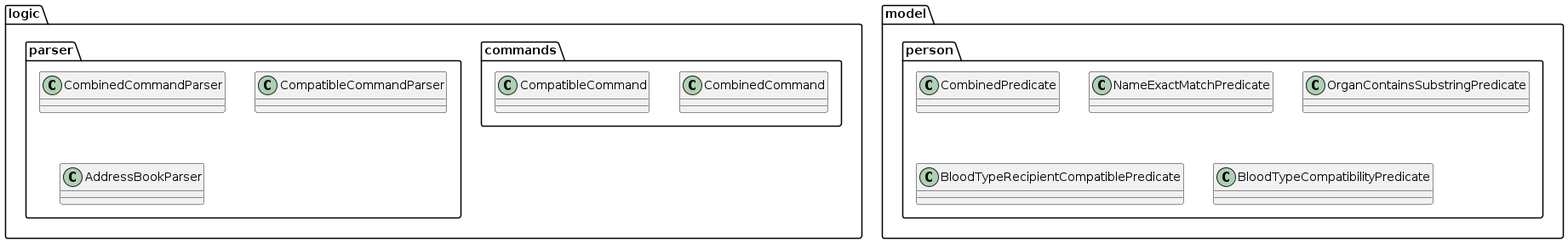
Before: diagrams/CombinedCompatibleClassDiagram.png, a diagram exported from PlantUML (POeticPotatoes/tp). Its source is kept beside it as diagrams/CombinedCompatibleClassDiagram.puml.
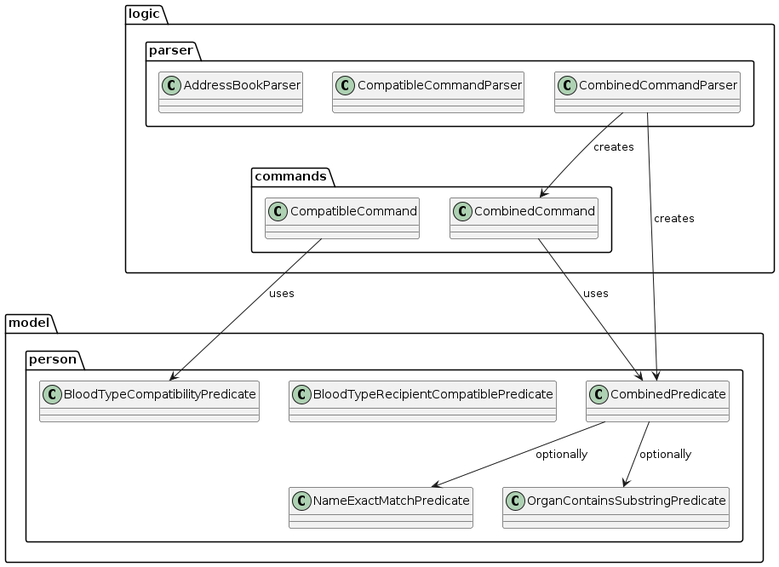
The same file after the commit.

What changed in the source:
```diff
@@ -20,5 +20,12 @@
   class BloodTypeCompatibilityPredicate
 }
 
+CombinedCommand --> CombinedPredicate : uses
+CompatibleCommand --> BloodTypeCompatibilityPredicate : uses
+
+CombinedCommandParser --> CombinedCommand : creates
+CombinedCommandParser --> CombinedPredicate : creates
+CombinedPredicate --> NameExactMatchPredicate : optionally
+CombinedPredicate --> OrganContainsSubstringPredicate : optionally
 
 @enduml
```
